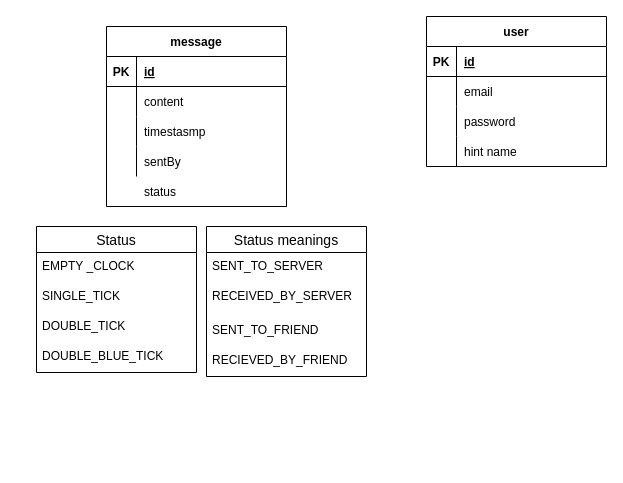
The draw.io diagram page "Page-2" (2 of 2) of Untitled Diagram.drawio in AyushDocs/whatsapp-spring-cloud-clone, before the edit. Source tidied: cells renumbered, new cells numbered last; positions are measured from the earlier drawing's top-left corner, leaving out a move shared by most shapes. Both pictures are drawn from the tidied source at 100%, with x=0, y=0 at pixel (36, 16).
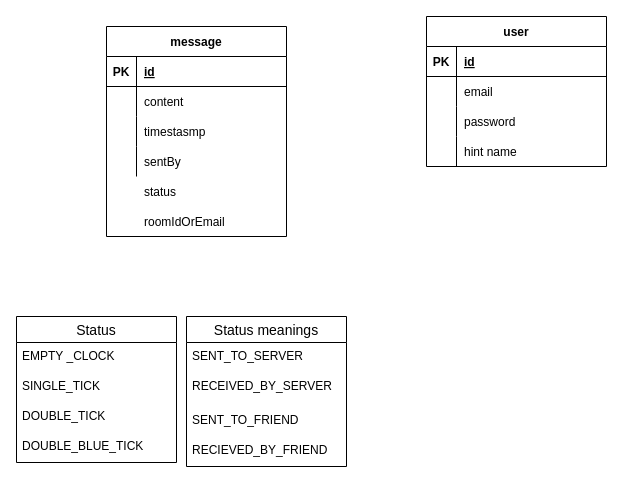
After the change.

Diff of the diagram source:
```diff
@@
     <mxCell id="15" value="message" style="shape=table;startSize=30;childLayout=tableLayout;rowLines=0;fontStyle=1;align=center;" parent="1" vertex="1">
-      <mxGeometry x="70" y="10" width="180" height="180" as="geometry" />
+      <mxGeometry x="70" y="10" width="180" height="210" as="geometry" />
     </mxCell>
@@
     <mxCell id="32" value="Status" style="swimlane;fontStyle=0;horizontal=1;startSize=26;align=center;fontSize=14;" parent="1" vertex="1">
-      <mxGeometry y="210" width="160" height="146" as="geometry" />
+      <mxGeometry x="-20" y="300" width="160" height="146" as="geometry" />
     </mxCell>
@@
     <mxCell id="37" value="Status meanings" style="swimlane;fontStyle=0;horizontal=1;startSize=26;align=center;fontSize=14;" parent="1" vertex="1">
-      <mxGeometry x="170" y="210" width="160" height="150" as="geometry" />
+      <mxGeometry x="150" y="300" width="160" height="150" as="geometry" />
     </mxCell>
@@
+    <mxCell id="42" value="roomIdOrEmail" style="shape=partialRectangle;fillColor=none;top=0;left=0;bottom=0;right=0;align=left;spacingLeft=6;overflow=hidden;" parent="1" vertex="1">
+      <mxGeometry x="100" y="190" width="150" height="30" as="geometry" />
+    </mxCell>
+    <mxCell id="43" style="shape=partialRectangle;fillColor=none;top=0;left=0;bottom=0;right=0;overflow=hidden;" parent="1" vertex="1">
+      <mxGeometry x="70" y="190" width="40" height="30" as="geometry" />
+    </mxCell>
```
